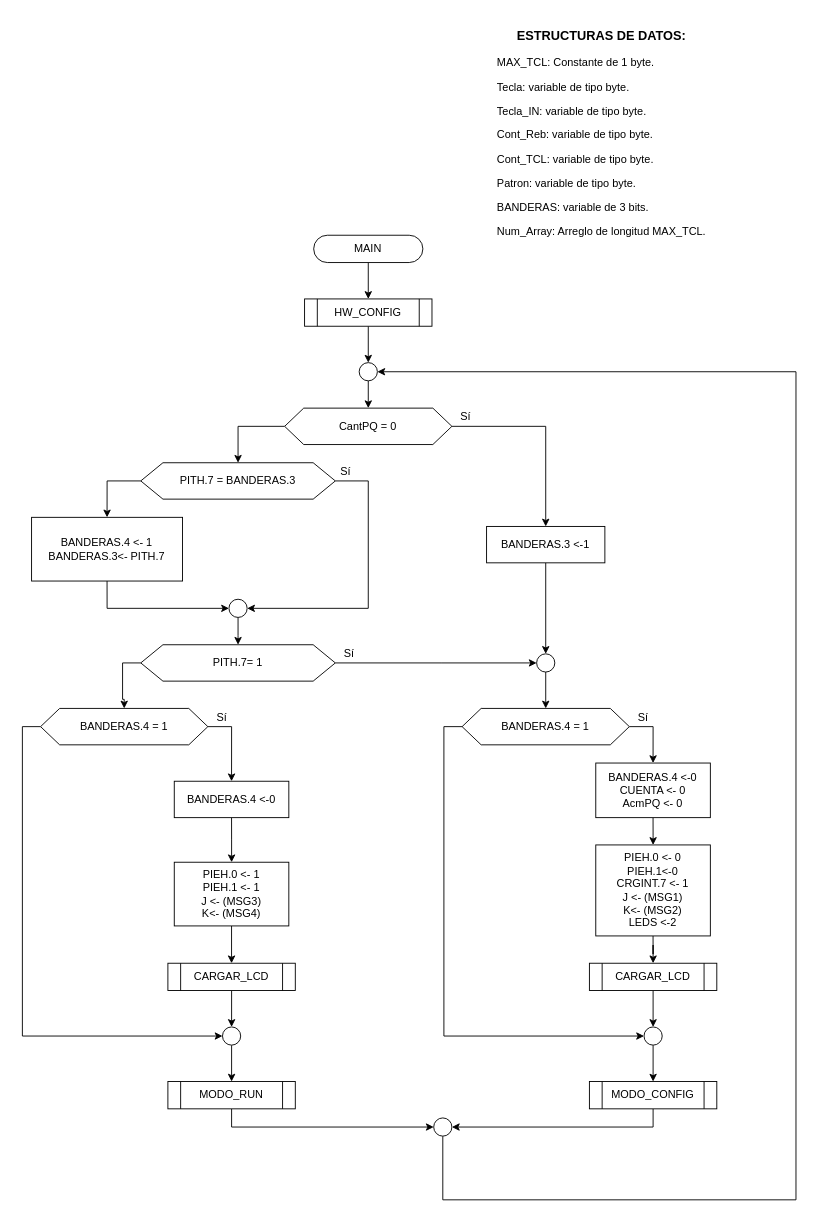
This is Tareas/T5/diagramas/drawio/main.drawio from moisotico/Microprocesadores, a draw.io file, before an edit. Source tidied: cells renumbered, new cells numbered last; positions are measured from the earlier drawing's top-left corner, leaving out a move shared by most shapes. Both pictures are drawn from the tidied source at 91%, with x=0, y=0 at pixel (31, 25).
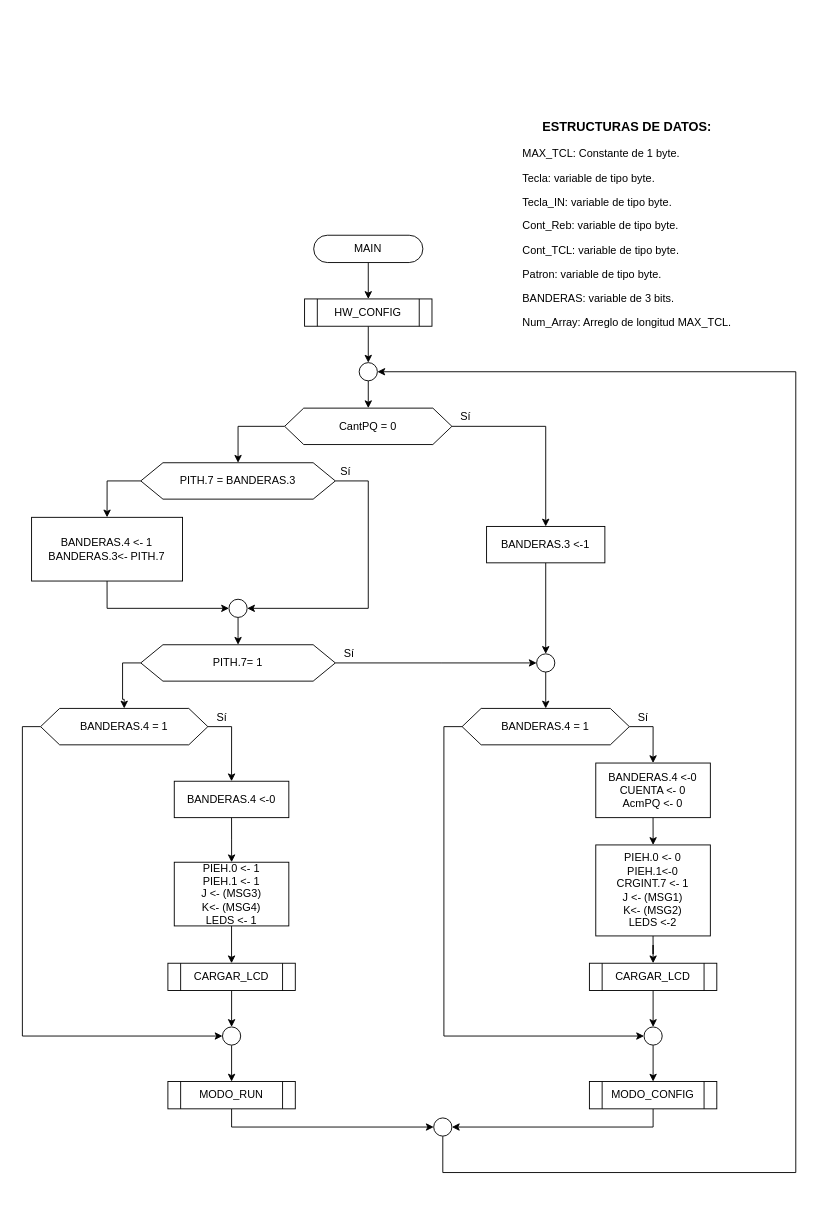
Above is the later version.

Unchanged cells that the change refers to:
```xml
<mxCell id="9" style="ellipse;whiteSpace=wrap;html=1;" parent="1" vertex="1">
  <mxGeometry x="360.2" y="370" width="20" height="20" as="geometry" />
</mxCell>
<mxCell id="29" style="ellipse;whiteSpace=wrap;html=1;" parent="1" vertex="1">
  <mxGeometry x="442.1" y="1200" width="20" height="20" as="geometry" />
</mxCell>
```

Diff of the diagram source:
```diff
@@
     <mxCell id="4" value="&lt;h3 style=&quot;text-align: center&quot;&gt;ESTRUCTURAS DE DATOS:&lt;/h3&gt;&lt;p&gt;MAX_TCL: Constante de 1 byte.&lt;/p&gt;&lt;p&gt;Tecla: variable de tipo byte.&lt;/p&gt;&lt;p&gt;Tecla_IN: variable de tipo byte.&lt;/p&gt;&lt;p&gt;Cont_Reb: variable de tipo byte.&lt;br&gt;&lt;/p&gt;&lt;p&gt;Cont_TCL: variable de tipo byte.&lt;/p&gt;&lt;p&gt;Patron: variable de tipo byte.&lt;br&gt;&lt;/p&gt;&lt;p&gt;BANDERAS: variable de 3 bits.&lt;/p&gt;&lt;p&gt;Num_Array: Arreglo de longitud MAX_TCL.&lt;/p&gt;&lt;p&gt;&lt;br&gt;&lt;/p&gt;&lt;p&gt;&lt;/p&gt;" style="text;html=1;strokeColor=none;fillColor=none;align=left;verticalAlign=middle;whiteSpace=wrap;rounded=0;" parent="1" vertex="1">
-      <mxGeometry x="510.2" width="268.7" height="260" as="geometry" />
+      <mxGeometry x="537.8" y="100" width="268.7" height="260" as="geometry" />
     </mxCell>
@@
     <mxCell id="28" style="edgeStyle=orthogonalEdgeStyle;rounded=0;jettySize=auto;html=1;exitX=0.5;exitY=1;exitDx=0;exitDy=0;entryX=1;entryY=0.5;entryDx=0;entryDy=0;" parent="1" edge="1" source="29" target="9">
       <mxGeometry relative="1" as="geometry">
         <Array as="points">
-          <mxPoint x="452.2" y="1290" />
-          <mxPoint x="840.2" y="1290" />
-          <mxPoint x="840.2" y="380" />
+          <mxPoint x="452" y="1260" />
+          <mxPoint x="840" y="1260" />
+          <mxPoint x="840" y="380" />
         </Array>
       </mxGeometry>
     </mxCell>
@@
-    <mxCell id="53" value="PIEH.0 &amp;lt;- 1&lt;br&gt;PIEH.1 &amp;lt;- 1&lt;br&gt;J &amp;lt;- (MSG3)&lt;br&gt;K&amp;lt;- (MSG4)&lt;span&gt;&lt;br&gt;&lt;/span&gt;" style="rounded=0;whiteSpace=wrap;html=1;" parent="1" vertex="1">
+    <mxCell id="53" value="PIEH.0 &amp;lt;- 1&lt;br&gt;PIEH.1 &amp;lt;- 1&lt;br&gt;J &amp;lt;- (MSG3)&lt;br&gt;K&amp;lt;- (MSG4)&lt;br&gt;&lt;span&gt;LEDS &amp;lt;- 1&lt;br&gt;&lt;/span&gt;" style="rounded=0;whiteSpace=wrap;html=1;" parent="1" vertex="1">
       <mxGeometry x="157" y="919" width="125.9" height="70" as="geometry" />
     </mxCell>
```
